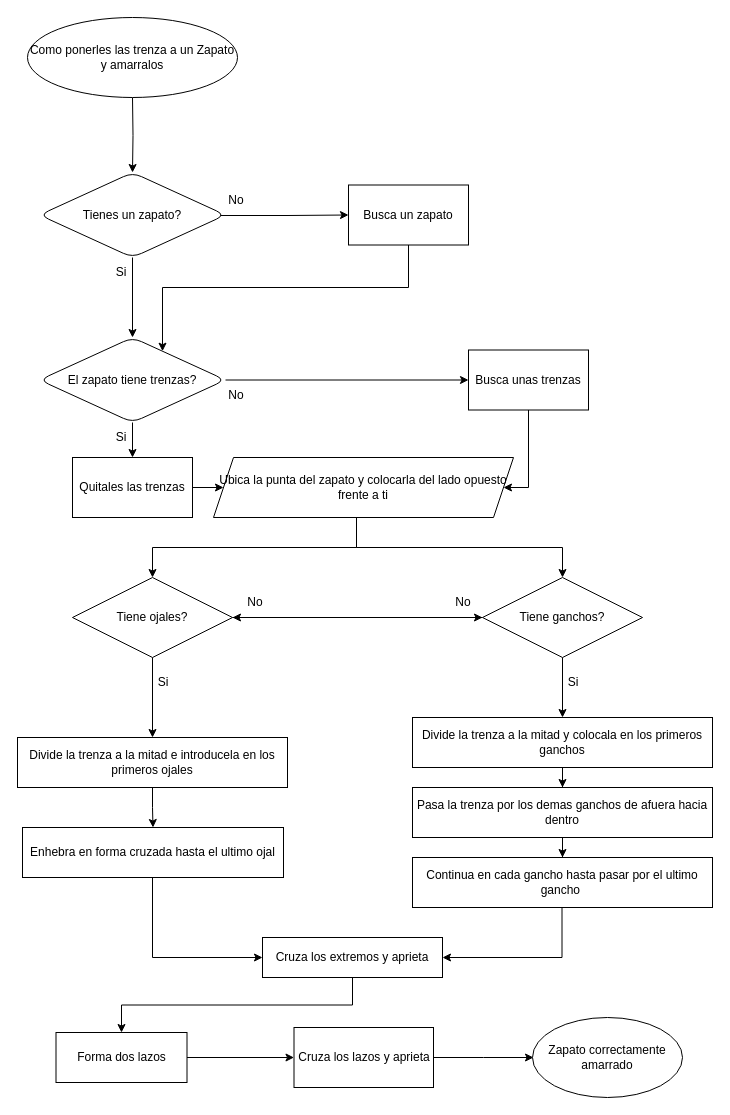
The draw.io diagram Diagrama sin título.drawio in ramseshaz/Repositorio-1, before the edit. Source tidied: cells renumbered, new cells numbered last; positions are measured from the earlier drawing's top-left corner, leaving out a move shared by most shapes. Both pictures are drawn from the tidied source at 100%, with x=0, y=0 at pixel (17, 17).
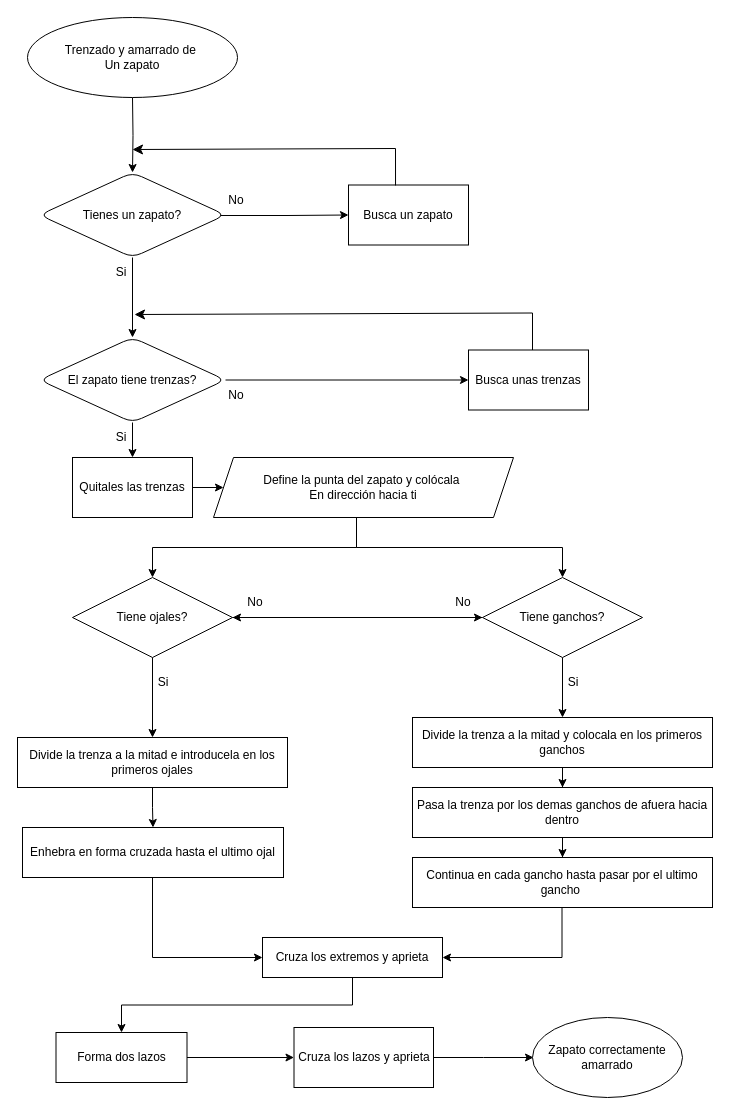
The same diagram, later.

Unchanged cells that the change refers to:
```xml
<mxCell id="9" value="El zapato tiene trenzas?" style="rhombus;whiteSpace=wrap;html=1;rounded=1;" parent="1" vertex="1">
  <mxGeometry x="22" y="320" width="186" height="85" as="geometry" />
</mxCell>
<mxCell id="10" value="Busca un zapato" style="rounded=0;whiteSpace=wrap;html=1;" parent="1" vertex="1">
  <mxGeometry x="331" y="167.5" width="120" height="60" as="geometry" />
</mxCell>
<mxCell id="16" value="Busca unas trenzas" style="rounded=0;whiteSpace=wrap;html=1;" parent="1" vertex="1">
  <mxGeometry x="451" y="332.5" width="120" height="60" as="geometry" />
</mxCell>
```

Change to the diagram source:
```diff
@@
-    <mxCell id="6" style="rounded=0;jettySize=auto;html=1;exitX=0.5;exitY=1;exitDx=0;exitDy=0;edgeStyle=orthogonalEdgeStyle;" parent="1" edge="1" target="9">
-      <mxGeometry relative="1" as="geometry">
-        <mxPoint x="391" y="227.5" as="sourcePoint" />
-        <Array as="points">
-          <mxPoint x="391" y="270" />
-          <mxPoint x="145" y="270" />
-        </Array>
-      </mxGeometry>
-    </mxCell>
@@
-    <mxCell id="15" style="edgeStyle=orthogonalEdgeStyle;rounded=0;jettySize=auto;html=1;entryX=1;entryY=0.5;entryDx=0;entryDy=0;" parent="1" edge="1" source="16" target="48">
-      <mxGeometry relative="1" as="geometry">
-        <Array as="points">
-          <mxPoint x="511" y="470" />
-        </Array>
-      </mxGeometry>
-    </mxCell>
@@
-    <mxCell id="48" value="Ubica la punta del zapato y colocarla del lado opuesto frente a ti" style="shape=parallelogram;perimeter=parallelogramPerimeter;whiteSpace=wrap;html=1;fixedSize=1;" parent="1" vertex="1">
+    <mxCell id="48" value="Define la punta del zapato y colócala&amp;nbsp;&lt;div&gt;En dirección hacia ti&lt;/div&gt;" style="shape=parallelogram;perimeter=parallelogramPerimeter;whiteSpace=wrap;html=1;fixedSize=1;" parent="1" vertex="1">
       <mxGeometry x="196" y="440" width="300" height="60" as="geometry" />
     </mxCell>
-    <mxCell id="49" value="Como ponerles las trenza a un Zapato y amarralos" style="ellipse;whiteSpace=wrap;html=1;" parent="1" vertex="1">
+    <mxCell id="49" value="Trenzado y amarrado de&amp;nbsp;&lt;div&gt;Un zapato&lt;/div&gt;" style="ellipse;whiteSpace=wrap;html=1;" parent="1" vertex="1">
       <mxGeometry x="10" width="210" height="80" as="geometry" />
     </mxCell>
@@
+    <mxCell id="51" style="jettySize=auto;html=1;rounded=0;fontSize=12;startSize=8;endSize=8;exitX=0.392;exitY=0.008;exitDx=0;exitDy=0;exitPerimeter=0;" parent="1" edge="1" source="10">
+      <mxGeometry relative="1" as="geometry">
+        <mxPoint x="115" y="132" as="targetPoint" />
+        <Array as="points">
+          <mxPoint x="378" y="131" />
+        </Array>
+      </mxGeometry>
+    </mxCell>
+    <mxCell id="52" style="orthogonalLoop=1;jettySize=auto;html=1;rounded=0;fontSize=12;startSize=8;endSize=8;exitX=0.392;exitY=0.008;exitDx=0;exitDy=0;exitPerimeter=0;" parent="1" edge="1">
+      <mxGeometry relative="1" as="geometry">
+        <mxPoint x="515" y="332.5" as="sourcePoint" />
+        <mxPoint x="117" y="297" as="targetPoint" />
+        <Array as="points">
+          <mxPoint x="515" y="295.5" />
+        </Array>
+      </mxGeometry>
+    </mxCell>
```
